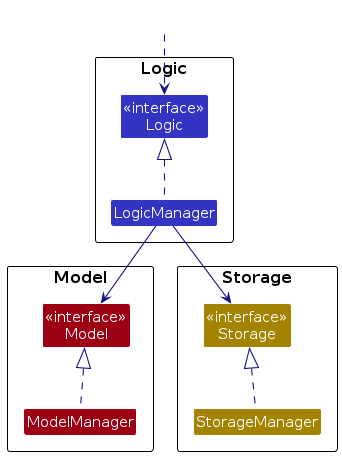
Before: diagrams/ComponentManagers.png, a diagram exported from PlantUML (AY2627S1-CS2103T-T16-2/tp). Its source is kept beside it as diagrams/ComponentManagers.puml. The source it was exported from:
```plantuml
@startuml
!include style.puml
skinparam arrowThickness 1.1
skinparam arrowColor LOGIC_COLOR_T4

package Logic as LogicPackage {
Class "<<interface>>\nLogic" as Logic LOGIC_COLOR
Class LogicManager LOGIC_COLOR
}

package Model as ModelPackage {
Class "<<interface>>\nModel" as Model MODEL_COLOR
Class ModelManager MODEL_COLOR
}

package Storage as StoragePackage {
Class "<<interface>>\nStorage" as Storage STORAGE_COLOR
Class StorageManager STORAGE_COLOR
}

Class HiddenOutside #FFFFFF
HiddenOutside ..> Logic

LogicManager .up.|> Logic
ModelManager .up.|> Model
StorageManager .up.|> Storage

LogicManager --> Model
LogicManager --> Storage
@enduml
```
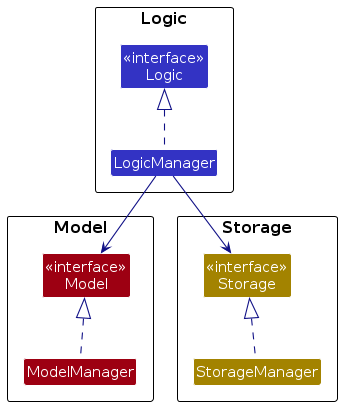
The same file after the commit.

Diff of the diagram source:
```diff
@@ -18,9 +18,6 @@
 Class StorageManager STORAGE_COLOR
 }
 
-Class HiddenOutside #FFFFFF
-HiddenOutside ..> Logic
-
 LogicManager .up.|> Logic
 ModelManager .up.|> Model
 StorageManager .up.|> Storage
```
